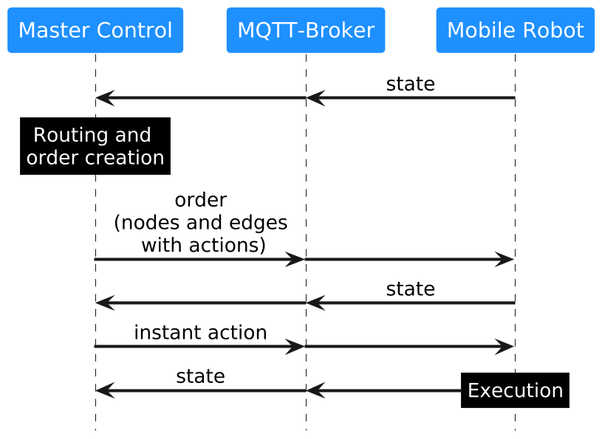
This is assets/information_flow_VDA5050.png from VDA5050/VDA5050, a PlantUML export, as it was before one commit.
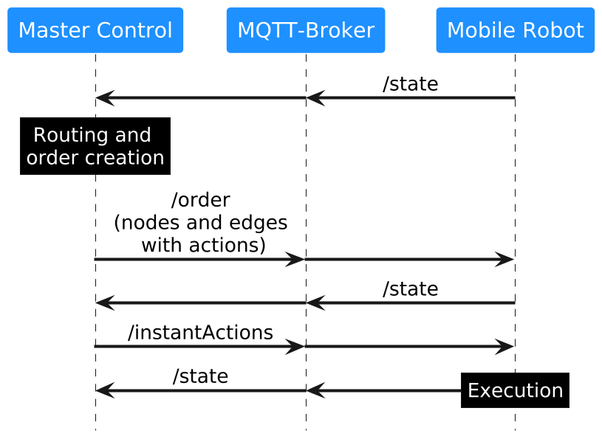
Above is the later version.

The edit, as a diff of the source:
```diff
@@ -16,23 +16,23 @@
 
 
 
-"MQTT-Broker" <- "Mobile Robot": state
+"MQTT-Broker" <- "Mobile Robot": /state
 &"Master Control" <- "MQTT-Broker":
 
 rnote over "Master Control" #black
 Routing and
 order creation
 endrnote
-"Master Control" -> "MQTT-Broker": order\n(nodes and edges\n with actions)
+"Master Control" -> "MQTT-Broker": /order\n(nodes and edges\n with actions)
 & "MQTT-Broker" -> "Mobile Robot":<U+0020><U+0020><U+0020><U+0020><U+0020><U+0020><U+0020><U+0020><U+0020><U+0020><U+0020><U+0020><U+0020><U+0020><U+0020><U+0020><U+0020><U+0020><U+0020><U+0020><U+0020><U+0020><U+0020><U+0020><U+0020><U+0020><U+0020><U+0020>
-"MQTT-Broker" <- "Mobile Robot": state
+"MQTT-Broker" <- "Mobile Robot": /state
 &"Master Control" <- "MQTT-Broker":
 
-"Master Control" -> "MQTT-Broker": instant action
+"Master Control" -> "MQTT-Broker": /instantActions
 & "MQTT-Broker" -> "Mobile Robot"
 
 
-"Master Control" <- "MQTT-Broker": state
+"Master Control" <- "MQTT-Broker": /state
 & "MQTT-Broker" <- "Mobile Robot"
 
 &rnote over "Mobile Robot" #black
```
